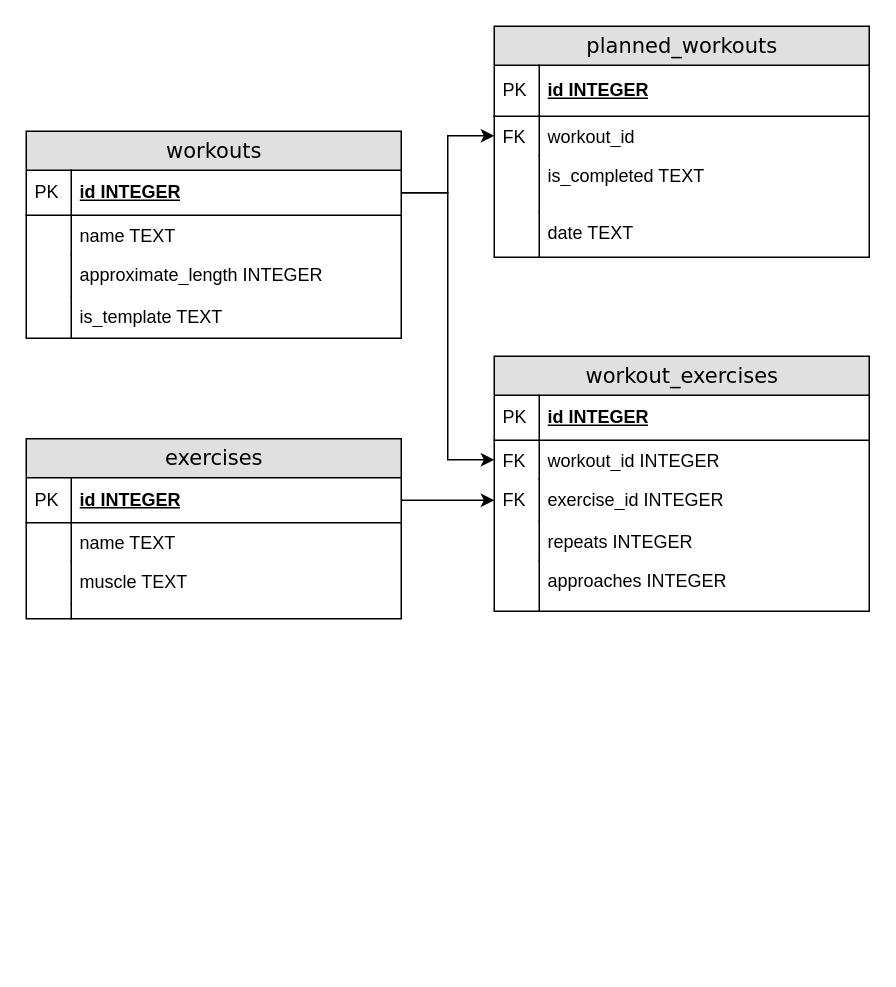
Earlier version of the draw.io diagram docs/db_schema.drawio (qiisqwww/SamsungSchoolProject). Source tidied: cells renumbered, new cells numbered last; positions are measured from the earlier drawing's top-left corner, leaving out a move shared by most shapes. Both pictures are drawn from the tidied source at 150%, with x=0, y=0 at pixel (26, 26).
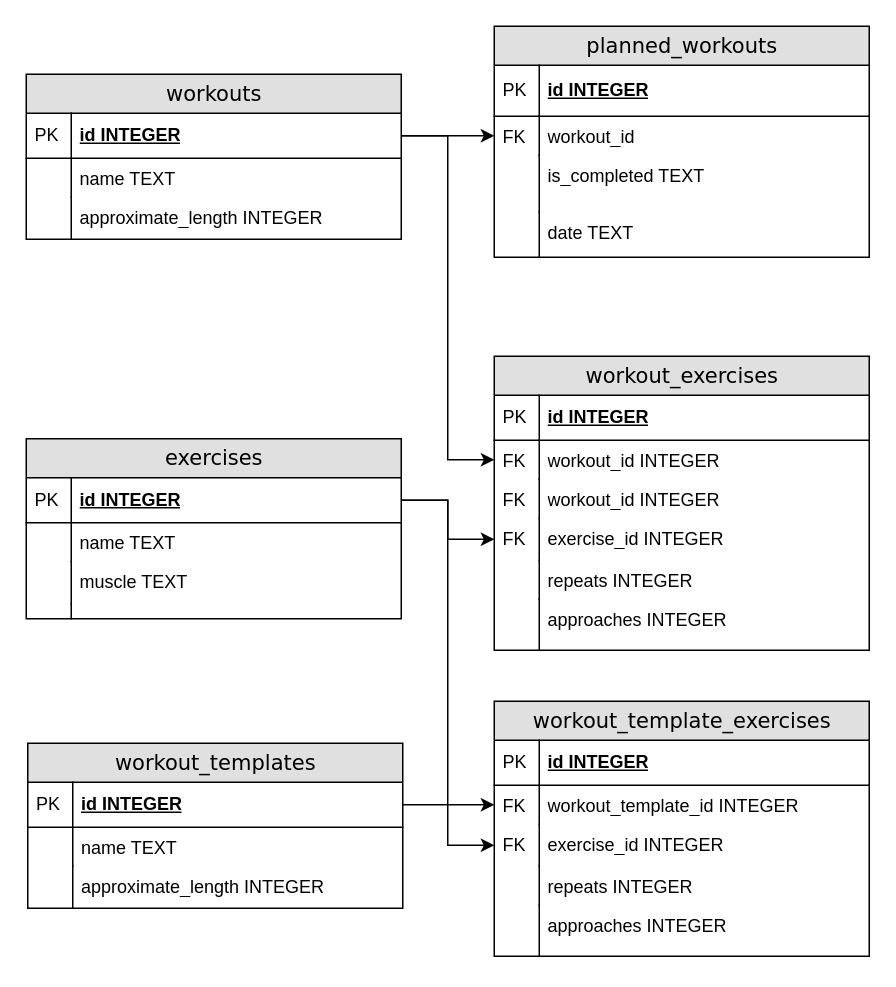
The same page after the edit.

The change refers to these unchanged cells:
```xml
<mxCell id="23" value="id INTEGER" style="shape=partialRectangle;top=0;left=0;right=0;bottom=1;html=1;align=left;verticalAlign=middle;fillColor=none;spacingLeft=34;spacingRight=4;whiteSpace=wrap;overflow=hidden;points=[[0,0.5],[1,0.5]];portConstraint=eastwest;fontStyle=5;" parent="22" vertex="1">
  <mxGeometry y="26" width="250" height="30" as="geometry" />
</mxCell>
```

Change to the diagram source:
```diff
@@
     <mxCell id="2" value="workouts" style="swimlane;html=1;fontStyle=0;horizontal=1;startSize=26;fillColor=#e0e0e0;swimlaneFillColor=#ffffff;align=center;rounded=0;shadow=0;comic=0;labelBackgroundColor=none;strokeWidth=1;fontFamily=Verdana;fontSize=14;" parent="1" vertex="1">
-      <mxGeometry y="70" width="250" height="138" as="geometry" />
+      <mxGeometry y="32" width="250" height="110" as="geometry" />
     </mxCell>
@@
-    <mxCell id="9" value="is_template TEXT" style="shape=partialRectangle;top=0;left=0;right=0;bottom=0;html=1;align=left;verticalAlign=top;fillColor=none;spacingLeft=34;spacingRight=4;whiteSpace=wrap;overflow=hidden;" parent="2" vertex="1">
-      <mxGeometry y="110" width="250" height="28" as="geometry" />
-    </mxCell>
-    <mxCell id="10" style="shape=partialRectangle;top=0;left=0;bottom=0;html=1;fillColor=none;align=left;verticalAlign=top;spacingLeft=4;spacingRight=4;whiteSpace=wrap;overflow=hidden;" parent="9" vertex="1">
-      <mxGeometry width="30" height="28" as="geometry" />
-    </mxCell>
     <mxCell id="11" value="workout_exercises" style="swimlane;html=1;fontStyle=0;horizontal=1;startSize=26;fillColor=#e0e0e0;swimlaneFillColor=#ffffff;align=center;rounded=0;shadow=0;comic=0;labelBackgroundColor=none;strokeWidth=1;fontFamily=Verdana;fontSize=14;" parent="1" vertex="1">
-      <mxGeometry x="312" y="220" width="250" height="170" as="geometry" />
+      <mxGeometry x="312" y="220" width="250" height="196" as="geometry" />
     </mxCell>
@@
+    <mxCell id="43" value="workout_id INTEGER" style="shape=partialRectangle;top=0;left=0;right=0;bottom=0;html=1;align=left;verticalAlign=top;fillColor=none;spacingLeft=34;spacingRight=4;whiteSpace=wrap;overflow=hidden;" parent="11" vertex="1">
+      <mxGeometry y="82" width="250" height="26" as="geometry" />
+    </mxCell>
+    <mxCell id="44" value="FK" style="shape=partialRectangle;top=0;left=0;bottom=0;html=1;fillColor=none;align=left;verticalAlign=top;spacingLeft=4;spacingRight=4;whiteSpace=wrap;overflow=hidden;" parent="43" vertex="1">
+      <mxGeometry width="30" height="26" as="geometry" />
+    </mxCell>
     <mxCell id="16" value="exercise_id INTEGER" style="shape=partialRectangle;top=0;left=0;right=0;bottom=0;html=1;align=left;verticalAlign=top;fillColor=none;spacingLeft=34;spacingRight=4;whiteSpace=wrap;overflow=hidden;points=[[0,0.5],[1,0.5]];portConstraint=eastwest;" parent="11" vertex="1">
-      <mxGeometry y="82" width="250" height="28" as="geometry" />
+      <mxGeometry y="108" width="250" height="28" as="geometry" />
     </mxCell>
@@
     <mxCell id="18" value="repeats INTEGER" style="shape=partialRectangle;top=0;left=0;right=0;bottom=0;html=1;align=left;verticalAlign=top;fillColor=none;spacingLeft=34;spacingRight=4;whiteSpace=wrap;overflow=hidden;" parent="11" vertex="1">
-      <mxGeometry y="110" width="250" height="26" as="geometry" />
+      <mxGeometry y="136" width="250" height="26" as="geometry" />
     </mxCell>
@@
     <mxCell id="20" value="approaches INTEGER" style="shape=partialRectangle;top=0;left=0;right=0;bottom=0;html=1;align=left;verticalAlign=top;fillColor=none;spacingLeft=34;spacingRight=4;whiteSpace=wrap;overflow=hidden;" parent="11" vertex="1">
-      <mxGeometry y="136" width="250" height="34" as="geometry" />
+      <mxGeometry y="162" width="250" height="34" as="geometry" />
     </mxCell>
@@
+    <mxCell id="45" value="workout_templates&lt;br&gt;" style="swimlane;html=1;fontStyle=0;horizontal=1;startSize=26;fillColor=#e0e0e0;swimlaneFillColor=#ffffff;align=center;rounded=0;shadow=0;comic=0;labelBackgroundColor=none;strokeWidth=1;fontFamily=Verdana;fontSize=14;" parent="1" vertex="1">
+      <mxGeometry x="1" y="478" width="250" height="110" as="geometry" />
+    </mxCell>
+    <mxCell id="46" value="id INTEGER" style="shape=partialRectangle;top=0;left=0;right=0;bottom=1;html=1;align=left;verticalAlign=middle;fillColor=none;spacingLeft=34;spacingRight=4;whiteSpace=wrap;overflow=hidden;points=[[0,0.5],[1,0.5]];portConstraint=eastwest;fontStyle=5;" parent="45" vertex="1">
+      <mxGeometry y="26" width="250" height="30" as="geometry" />
+    </mxCell>
+    <mxCell id="47" value="PK" style="shape=partialRectangle;top=0;left=0;bottom=0;html=1;fillColor=none;align=left;verticalAlign=middle;spacingLeft=4;spacingRight=4;whiteSpace=wrap;overflow=hidden;" parent="46" vertex="1">
+      <mxGeometry width="30" height="30" as="geometry" />
+    </mxCell>
+    <mxCell id="48" value="name TEXT" style="shape=partialRectangle;top=0;left=0;right=0;bottom=0;html=1;align=left;verticalAlign=top;fillColor=none;spacingLeft=34;spacingRight=4;whiteSpace=wrap;overflow=hidden;" parent="45" vertex="1">
+      <mxGeometry y="56" width="250" height="26" as="geometry" />
+    </mxCell>
+    <mxCell id="49" style="shape=partialRectangle;top=0;left=0;bottom=0;html=1;fillColor=none;align=left;verticalAlign=top;spacingLeft=4;spacingRight=4;whiteSpace=wrap;overflow=hidden;" parent="48" vertex="1">
+      <mxGeometry width="30" height="26" as="geometry" />
+    </mxCell>
+    <mxCell id="50" value="approximate_length INTEGER" style="shape=partialRectangle;top=0;left=0;right=0;bottom=0;html=1;align=left;verticalAlign=top;fillColor=none;spacingLeft=34;spacingRight=4;whiteSpace=wrap;overflow=hidden;" parent="45" vertex="1">
+      <mxGeometry y="82" width="250" height="28" as="geometry" />
+    </mxCell>
+    <mxCell id="10" style="shape=partialRectangle;top=0;left=0;bottom=0;html=1;fillColor=none;align=left;verticalAlign=top;spacingLeft=4;spacingRight=4;whiteSpace=wrap;overflow=hidden;" parent="50" vertex="1">
+      <mxGeometry width="30" height="28" as="geometry" />
+    </mxCell>
+    <mxCell id="51" value="workout_template_exercises" style="swimlane;html=1;fontStyle=0;horizontal=1;startSize=26;fillColor=#e0e0e0;swimlaneFillColor=#ffffff;align=center;rounded=0;shadow=0;comic=0;labelBackgroundColor=none;strokeWidth=1;fontFamily=Verdana;fontSize=14;" parent="1" vertex="1">
+      <mxGeometry x="312" y="450" width="250" height="170" as="geometry" />
+    </mxCell>
+    <mxCell id="52" value="id INTEGER" style="shape=partialRectangle;top=0;left=0;right=0;bottom=1;html=1;align=left;verticalAlign=middle;fillColor=none;spacingLeft=34;spacingRight=4;whiteSpace=wrap;overflow=hidden;fontStyle=5;" parent="51" vertex="1">
+      <mxGeometry y="26" width="250" height="30" as="geometry" />
+    </mxCell>
+    <mxCell id="53" value="PK" style="shape=partialRectangle;top=0;left=0;bottom=0;html=1;fillColor=none;align=left;verticalAlign=middle;spacingLeft=4;spacingRight=4;whiteSpace=wrap;overflow=hidden;" parent="52" vertex="1">
+      <mxGeometry width="30" height="30" as="geometry" />
+    </mxCell>
+    <mxCell id="54" value="workout_template_id INTEGER" style="shape=partialRectangle;top=0;left=0;right=0;bottom=0;html=1;align=left;verticalAlign=top;fillColor=none;spacingLeft=34;spacingRight=4;whiteSpace=wrap;overflow=hidden;points=[[0,0.5],[1,0.5]];portConstraint=eastwest;" parent="51" vertex="1">
+      <mxGeometry y="56" width="250" height="26" as="geometry" />
+    </mxCell>
+    <mxCell id="55" value="FK" style="shape=partialRectangle;top=0;left=0;bottom=0;html=1;fillColor=none;align=left;verticalAlign=top;spacingLeft=4;spacingRight=4;whiteSpace=wrap;overflow=hidden;" parent="54" vertex="1">
+      <mxGeometry width="30" height="26" as="geometry" />
+    </mxCell>
+    <mxCell id="56" value="exercise_id INTEGER" style="shape=partialRectangle;top=0;left=0;right=0;bottom=0;html=1;align=left;verticalAlign=top;fillColor=none;spacingLeft=34;spacingRight=4;whiteSpace=wrap;overflow=hidden;points=[[0,0.5],[1,0.5]];portConstraint=eastwest;" parent="51" vertex="1">
+      <mxGeometry y="82" width="250" height="28" as="geometry" />
+    </mxCell>
+    <mxCell id="57" value="FK" style="shape=partialRectangle;top=0;left=0;bottom=0;html=1;fillColor=none;align=left;verticalAlign=top;spacingLeft=4;spacingRight=4;whiteSpace=wrap;overflow=hidden;" parent="56" vertex="1">
+      <mxGeometry width="30" height="28" as="geometry" />
+    </mxCell>
+    <mxCell id="58" value="repeats INTEGER" style="shape=partialRectangle;top=0;left=0;right=0;bottom=0;html=1;align=left;verticalAlign=top;fillColor=none;spacingLeft=34;spacingRight=4;whiteSpace=wrap;overflow=hidden;" parent="51" vertex="1">
+      <mxGeometry y="110" width="250" height="26" as="geometry" />
+    </mxCell>
+    <mxCell id="59" style="shape=partialRectangle;top=0;left=0;bottom=0;html=1;fillColor=none;align=left;verticalAlign=top;spacingLeft=4;spacingRight=4;whiteSpace=wrap;overflow=hidden;" parent="58" vertex="1">
+      <mxGeometry width="30" height="26" as="geometry" />
+    </mxCell>
+    <mxCell id="60" value="approaches INTEGER" style="shape=partialRectangle;top=0;left=0;right=0;bottom=0;html=1;align=left;verticalAlign=top;fillColor=none;spacingLeft=34;spacingRight=4;whiteSpace=wrap;overflow=hidden;" parent="51" vertex="1">
+      <mxGeometry y="136" width="250" height="34" as="geometry" />
+    </mxCell>
+    <mxCell id="61" style="shape=partialRectangle;top=0;left=0;bottom=0;html=1;fillColor=none;align=left;verticalAlign=top;spacingLeft=4;spacingRight=4;whiteSpace=wrap;overflow=hidden;" parent="60" vertex="1">
+      <mxGeometry width="30" height="34" as="geometry" />
+    </mxCell>
+    <mxCell id="62" style="edgeStyle=orthogonalEdgeStyle;rounded=0;jettySize=auto;html=1;exitX=1;exitY=0.5;exitDx=0;exitDy=0;entryX=0;entryY=0.5;entryDx=0;entryDy=0;" parent="1" edge="1" source="23" target="56">
+      <mxGeometry relative="1" as="geometry" />
+    </mxCell>
+    <mxCell id="63" style="edgeStyle=orthogonalEdgeStyle;rounded=0;jettySize=auto;html=1;exitX=1;exitY=0.5;exitDx=0;exitDy=0;entryX=0;entryY=0.5;entryDx=0;entryDy=0;" parent="1" edge="1" source="46" target="54">
+      <mxGeometry relative="1" as="geometry" />
+    </mxCell>
```
